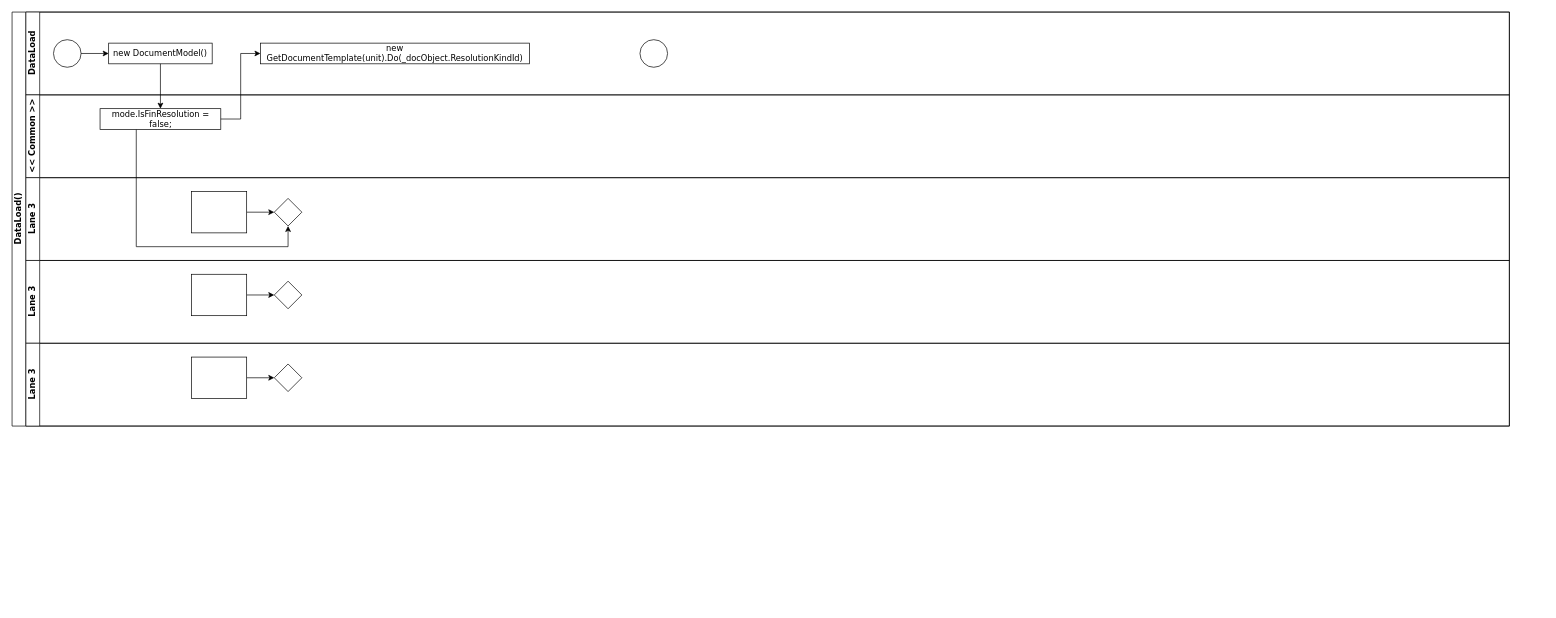
Earlier version of the draw.io diagram portal/App_Code/CS_Code/Controllers/DocumentFormController.cs/DataLoad().SwingRoadDiagram.Refactoring.drawio (davyd0ff/so-line-grls). Source tidied: cells renumbered, new cells numbered last; positions are measured from the earlier drawing's top-left corner, leaving out a move shared by most shapes. Both pictures are drawn from the tidied source at 69%, with x=0, y=0 at pixel (12, 12).
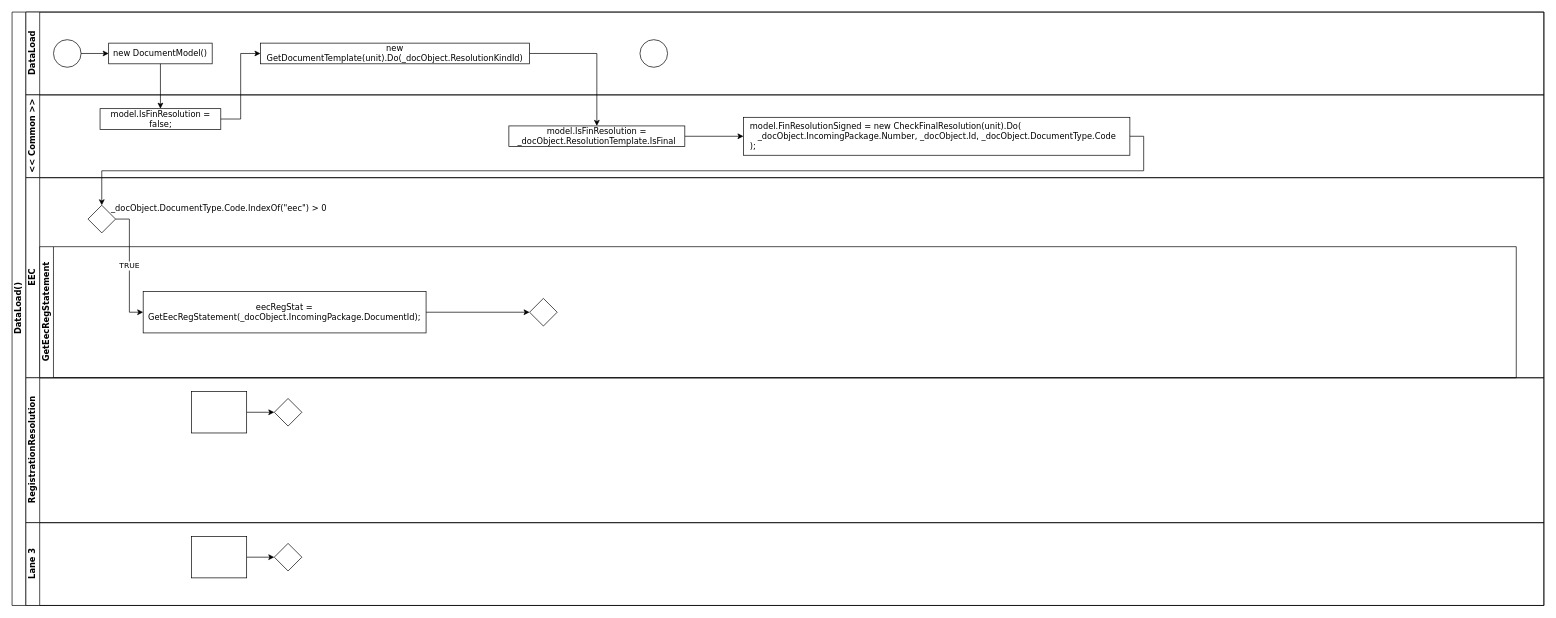
The same page after the edit.

The change refers to these unchanged cells:
```xml
<mxCell id="9" value="new GetDocumentTemplate(unit).Do(_docObject.ResolutionKindId)" style="rounded=0;whiteSpace=wrap;html=1;fontFamily=Verdana;fontSize=12;fontColor=#000000;align=center;" parent="4" vertex="1">
  <mxGeometry x="340" y="45" width="390" height="30" as="geometry" />
</mxCell>
```

The edit, as a diff of the source:
```diff
@@
     <mxCell id="2" value="DataLoad()" style="swimlane;html=1;horizontal=0;startSize=20;fontFamily=Verdana;" parent="1" vertex="1">
-      <mxGeometry width="2170" height="600" as="geometry" />
+      <mxGeometry width="2220" height="860" as="geometry" />
     </mxCell>
-    <mxCell id="3" style="edgeStyle=orthogonalEdgeStyle;rounded=0;jettySize=auto;html=1;endArrow=classic;endFill=1;fontFamily=Verdana;" parent="2" edge="1" source="11" target="15">
-      <mxGeometry relative="1" as="geometry">
-        <Array as="points">
-          <mxPoint x="180" y="340" />
-          <mxPoint x="400" y="340" />
-        </Array>
-      </mxGeometry>
-    </mxCell>
     <mxCell id="4" value="DataLoad" style="swimlane;html=1;startSize=20;horizontal=0;fontFamily=Verdana;" parent="2" vertex="1">
-      <mxGeometry x="20" width="2150" height="120" as="geometry" />
+      <mxGeometry x="20" width="2200" height="120" as="geometry" />
     </mxCell>
@@
     <mxCell id="10" value="&amp;lt;&amp;lt; Common &amp;gt;&amp;gt;" style="swimlane;html=1;startSize=20;horizontal=0;fontFamily=Verdana;" parent="2" vertex="1">
-      <mxGeometry x="20" y="120" width="2150" height="120" as="geometry" />
+      <mxGeometry x="20" y="120" width="2200" height="120" as="geometry" />
     </mxCell>
-    <mxCell id="11" value="mode.IsFinResolution = false;" style="rounded=0;whiteSpace=wrap;html=1;fontFamily=Verdana;fontSize=12;fontColor=#000000;align=center;" parent="10" vertex="1">
+    <mxCell id="11" value="model.IsFinResolution = false;" style="rounded=0;whiteSpace=wrap;html=1;fontFamily=Verdana;fontSize=12;fontColor=#000000;align=center;" parent="10" vertex="1">
       <mxGeometry x="107.5" y="20" width="175" height="30" as="geometry" />
     </mxCell>
+    <mxCell id="26" style="edgeStyle=orthogonalEdgeStyle;rounded=0;jettySize=auto;html=1;fontFamily=Verdana;" parent="10" edge="1" source="27" target="28">
+      <mxGeometry relative="1" as="geometry" />
+    </mxCell>
+    <mxCell id="27" value="model.IsFinResolution = _docObject.ResolutionTemplate.IsFinal" style="rounded=0;whiteSpace=wrap;html=1;fontFamily=Verdana;fontSize=12;fontColor=#000000;align=center;" parent="10" vertex="1">
+      <mxGeometry x="700" y="45" width="255" height="30" as="geometry" />
+    </mxCell>
+    <mxCell id="28" value="&lt;div&gt;&amp;nbsp; model.FinResolutionSigned = new CheckFinalResolution(unit).Do(&lt;/div&gt;&lt;div&gt;&amp;nbsp; &amp;nbsp; &amp;nbsp;_docObject.IncomingPackage.Number, _docObject.Id, _docObject.DocumentType.Code&lt;/div&gt;&lt;div style=&quot;&quot;&gt;&amp;nbsp; );&lt;/div&gt;" style="rounded=0;whiteSpace=wrap;html=1;fontFamily=Verdana;fontSize=12;fontColor=#000000;align=left;" parent="10" vertex="1">
+      <mxGeometry x="1040" y="32.5" width="560" height="55" as="geometry" />
+    </mxCell>
-    <mxCell id="12" value="Lane 3" style="swimlane;html=1;startSize=20;horizontal=0;fontFamily=Verdana;" parent="2" vertex="1">
-      <mxGeometry x="20" y="240" width="2150" height="120" as="geometry" />
+    <mxCell id="12" value="EEC" style="swimlane;html=1;startSize=20;horizontal=0;fontFamily=Verdana;" parent="2" vertex="1">
+      <mxGeometry x="20" y="240" width="2200" height="290" as="geometry" />
     </mxCell>
-    <mxCell id="13" style="edgeStyle=orthogonalEdgeStyle;rounded=0;jettySize=auto;html=1;endArrow=classic;endFill=1;fontFamily=Verdana;" parent="12" edge="1" source="14" target="15">
-      <mxGeometry relative="1" as="geometry" />
-    </mxCell>
-    <mxCell id="14" style="rounded=0;whiteSpace=wrap;html=1;fontFamily=Verdana;fontSize=12;fontColor=#000000;align=center;" parent="12" vertex="1">
-      <mxGeometry x="240" y="20" width="80" height="60" as="geometry" />
-    </mxCell>
+    <mxCell id="29" value="TRUE" style="edgeStyle=orthogonalEdgeStyle;rounded=0;jettySize=auto;html=1;exitX=1;exitY=0.5;exitDx=0;exitDy=0;entryX=0;entryY=0.5;entryDx=0;entryDy=0;fontFamily=Verdana;" parent="12" edge="1" source="15" target="33">
+      <mxGeometry relative="1" as="geometry" />
+    </mxCell>
     <mxCell id="15" style="rhombus;whiteSpace=wrap;html=1;fontFamily=Verdana;fontSize=12;fontColor=#000000;align=center;" parent="12" vertex="1">
-      <mxGeometry x="360" y="30" width="40" height="40" as="geometry" />
+      <mxGeometry x="90" y="40" width="40" height="40" as="geometry" />
     </mxCell>
+    <mxCell id="30" value="_docObject.DocumentType.Code.IndexOf(&quot;eec&quot;) &amp;gt; 0" style="text;html=1;strokeColor=none;fillColor=none;align=center;verticalAlign=middle;whiteSpace=wrap;rounded=0;fontFamily=Verdana;" parent="12" vertex="1">
+      <mxGeometry x="120" y="30" width="320" height="30" as="geometry" />
+    </mxCell>
+    <mxCell id="31" value="GetEecRegStatement" style="swimlane;html=1;startSize=20;horizontal=0;fontFamily=Verdana;" parent="12" vertex="1">
+      <mxGeometry x="20" y="100" width="2140" height="190" as="geometry" />
+    </mxCell>
+    <mxCell id="32" style="edgeStyle=orthogonalEdgeStyle;rounded=0;jettySize=auto;html=1;endArrow=classic;endFill=1;fontFamily=Verdana;" parent="31" edge="1" source="33" target="34">
+      <mxGeometry relative="1" as="geometry" />
+    </mxCell>
+    <mxCell id="33" value="eecRegStat = GetEecRegStatement(_docObject.IncomingPackage.DocumentId);" style="rounded=0;whiteSpace=wrap;html=1;fontFamily=Verdana;fontSize=12;fontColor=#000000;align=center;" parent="31" vertex="1">
+      <mxGeometry x="150" y="65" width="410" height="60" as="geometry" />
+    </mxCell>
+    <mxCell id="34" style="rhombus;whiteSpace=wrap;html=1;fontFamily=Verdana;fontSize=12;fontColor=#000000;align=center;" parent="31" vertex="1">
+      <mxGeometry x="710" y="75" width="40" height="40" as="geometry" />
+    </mxCell>
-    <mxCell id="16" value="Lane 3" style="swimlane;html=1;startSize=20;horizontal=0;fontFamily=Verdana;" parent="2" vertex="1">
-      <mxGeometry x="20" y="360" width="2150" height="120" as="geometry" />
+    <mxCell id="16" value="RegistrationResolution" style="swimlane;html=1;startSize=20;horizontal=0;fontFamily=Verdana;" parent="2" vertex="1">
+      <mxGeometry x="20" y="530" width="2200" height="210" as="geometry" />
     </mxCell>
@@
     <mxCell id="20" value="Lane 3" style="swimlane;html=1;startSize=20;horizontal=0;fontFamily=Verdana;" parent="2" vertex="1">
-      <mxGeometry x="20" y="480" width="2150" height="120" as="geometry" />
+      <mxGeometry x="20" y="740" width="2200" height="120" as="geometry" />
     </mxCell>
@@
+    <mxCell id="35" style="edgeStyle=orthogonalEdgeStyle;rounded=0;jettySize=auto;html=1;entryX=0.5;entryY=0;entryDx=0;entryDy=0;fontFamily=Verdana;exitX=1;exitY=0.5;exitDx=0;exitDy=0;" parent="2" edge="1" source="9" target="27">
+      <mxGeometry relative="1" as="geometry" />
+    </mxCell>
+    <mxCell id="36" style="edgeStyle=orthogonalEdgeStyle;rounded=0;jettySize=auto;html=1;entryX=0.5;entryY=0;entryDx=0;entryDy=0;fontFamily=Verdana;exitX=1;exitY=0.5;exitDx=0;exitDy=0;" parent="2" edge="1" source="28" target="15">
+      <mxGeometry relative="1" as="geometry">
+        <Array as="points">
+          <mxPoint x="1640" y="180" />
+          <mxPoint x="1640" y="230" />
+          <mxPoint x="130" y="230" />
+        </Array>
+      </mxGeometry>
+    </mxCell>
```
